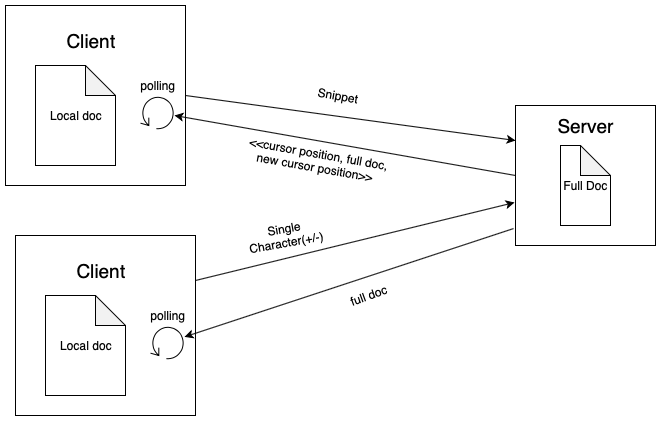
schramm-famm/docs keeps this draw.io diagram as diagrams/Client-Server_diagram.png. Above is the earlier version. Source tidied: cells renumbered, new cells last; positions are measured from the earlier drawing's top-left corner, leaving out a move shared by most shapes.
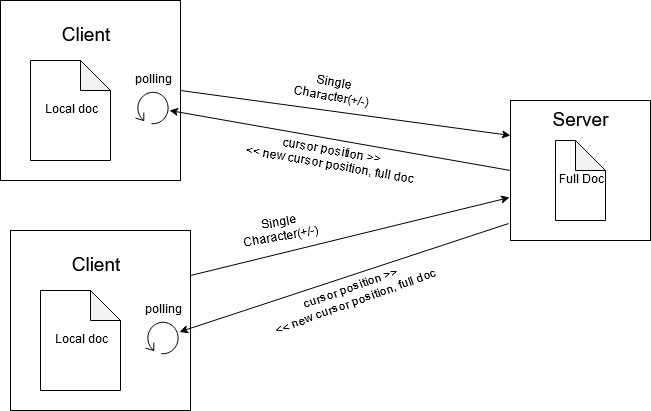
After the change.

Commit message:
Update basic client-server diagram

Made the top and bottom clients' interactions with the server the same

Change to the diagram source:
```diff
@@ -29,15 +29,15 @@
     <mxCell id="10" style="endArrow=classic;html=1;entryX=0;entryY=0.25;entryDx=0;entryDy=0;exitX=1;exitY=0.5;exitDx=0;exitDy=0;" parent="1" edge="1" source="3" target="2">
       <mxGeometry relative="1" as="geometry" />
     </mxCell>
-    <mxCell id="11" value="Snippet" style="text;html=1;strokeColor=none;fillColor=none;align=center;verticalAlign=middle;whiteSpace=wrap;rounded=0;rotation=10;" parent="1" vertex="1">
-      <mxGeometry x="312.5" y="80" width="40" height="20" as="geometry" />
-    </mxCell>
+    <mxCell id="23" value="Single Character(+/-)" style="text;html=1;strokeColor=none;fillColor=none;align=center;verticalAlign=middle;whiteSpace=wrap;rounded=0;rotation=10;" parent="1" vertex="1">
+      <mxGeometry x="312.5" y="80" width="40" height="20" as="geometry" />
+    </mxCell>
     <mxCell id="12" style="endArrow=classic;html=1;exitX=0;exitY=0.5;exitDx=0;exitDy=0;" parent="1" edge="1" source="2" target="8">
       <mxGeometry relative="1" as="geometry" />
     </mxCell>
-    <mxCell id="13" value="&amp;lt;&amp;lt;cursor position, full doc, new cursor position&amp;gt;&amp;gt;&amp;nbsp;" style="text;html=1;strokeColor=none;fillColor=none;align=center;verticalAlign=middle;whiteSpace=wrap;rounded=0;rotation=10;" parent="1" vertex="1">
-      <mxGeometry x="230" y="150" width="165" height="10" as="geometry" />
-    </mxCell>
+    <mxCell id="24" value="&lt;div&gt;cursor position &amp;gt;&amp;gt;&lt;/div&gt;&lt;div&gt;&amp;lt;&amp;lt; new cursor position, full doc &lt;br&gt;&lt;/div&gt;" style="text;html=1;strokeColor=none;fillColor=none;align=center;verticalAlign=middle;whiteSpace=wrap;rounded=0;rotation=10;" parent="1" vertex="1">
+      <mxGeometry x="230" y="153" width="200" height="10" as="geometry" />
+    </mxCell>
     <mxCell id="14" style="whiteSpace=wrap;html=1;" parent="1" vertex="1">
       <mxGeometry x="10" y="230" width="180" height="180" as="geometry" />
     </mxCell>
@@ -59,9 +59,9 @@
     <mxCell id="20" style="endArrow=classic;html=1;exitX=-0.014;exitY=0.879;exitDx=0;exitDy=0;exitPerimeter=0;" parent="1" edge="1" source="2" target="17">
       <mxGeometry relative="1" as="geometry" />
     </mxCell>
-    <mxCell id="21" value="full doc" style="text;html=1;strokeColor=none;fillColor=none;align=center;verticalAlign=middle;whiteSpace=wrap;rounded=0;rotation=-20;" parent="1" vertex="1">
-      <mxGeometry x="332.5" y="280" width="60" height="20" as="geometry" />
-    </mxCell>
+    <mxCell id="25" value="&lt;div&gt;cursor position &amp;gt;&amp;gt;&lt;/div&gt;&lt;div&gt;&amp;lt;&amp;lt; new cursor position, full doc &lt;br&gt;&lt;/div&gt;" style="text;html=1;strokeColor=none;fillColor=none;align=center;verticalAlign=middle;whiteSpace=wrap;rounded=0;rotation=-20;" parent="1" vertex="1">
+      <mxGeometry x="257.5" y="285" width="190" height="20" as="geometry" />
+    </mxCell>
     <mxCell id="22" value="Single Character(+/-)" style="text;html=1;strokeColor=none;fillColor=none;align=center;verticalAlign=middle;whiteSpace=wrap;rounded=0;rotation=-10;" parent="1" vertex="1">
       <mxGeometry x="240" y="220" width="80" height="20" as="geometry" />
     </mxCell>
```
